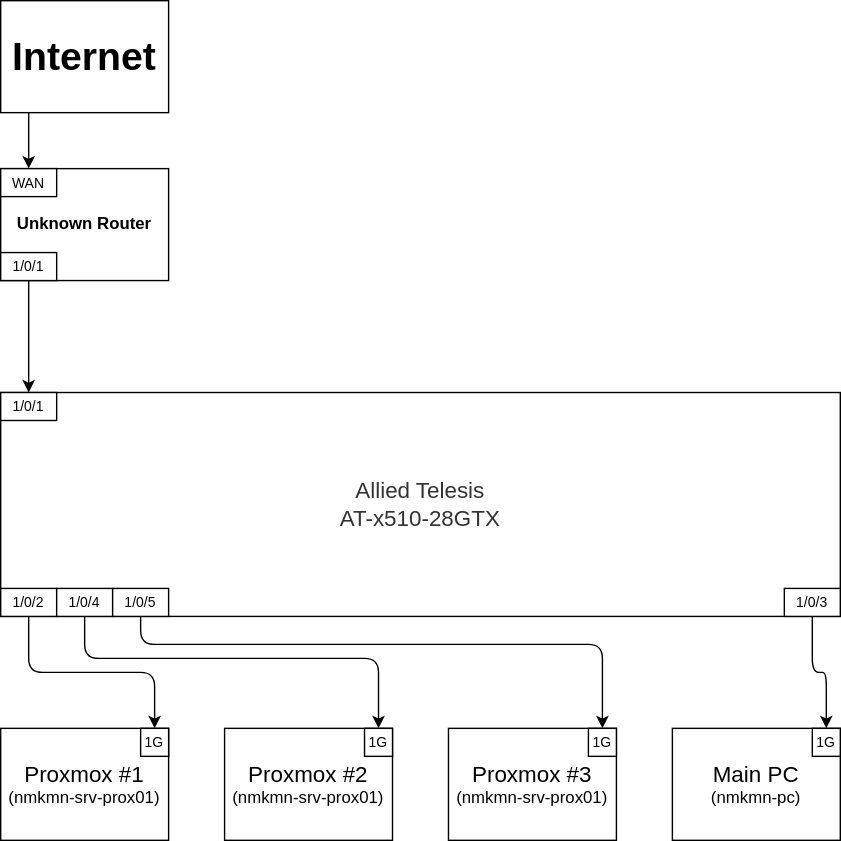
The draw.io diagram docs/diagrams/namakemono-home-infra.drawio.svg in AlcarisMinecraftServer/alcaris_infra, before a commit. Source tidied: cells renumbered, new cells last; positions are measured from the earlier drawing's top-left corner, leaving out a move shared by most shapes. Source of this version:
```xml
<mxGraphModel>
  <root>
    <mxCell id="0" />
    <mxCell id="1" parent="0" />
    <mxCell id="2" value="&lt;h1&gt;Internet&lt;/h1&gt;" style="rounded=0;whiteSpace=wrap;html=1;fontSize=14;" parent="1" vertex="1">
      <mxGeometry width="120" height="80" as="geometry" />
    </mxCell>
    <mxCell id="3" value="&lt;h4&gt;Unknown Router&lt;/h4&gt;" style="rounded=0;whiteSpace=wrap;html=1;" parent="1" vertex="1">
      <mxGeometry y="120" width="120" height="80" as="geometry" />
    </mxCell>
    <mxCell id="4" value="&lt;h4&gt;&lt;font style=&quot;font-size: 16px;&quot;&gt;&lt;span style=&quot;color: rgb(51, 51, 51); font-weight: 400; background-color: rgb(255, 255, 255);&quot;&gt;Allied Telesis&lt;/span&gt;&lt;br style=&quot;color: rgb(51, 51, 51); font-weight: 400; background-color: rgb(255, 255, 255);&quot;&gt;&lt;span style=&quot;color: rgb(51, 51, 51); font-weight: 400; background-color: rgb(255, 255, 255);&quot;&gt;AT-x510-28GTX&lt;/span&gt;&lt;/font&gt;&lt;br&gt;&lt;/h4&gt;" style="rounded=0;whiteSpace=wrap;html=1;" parent="1" vertex="1">
      <mxGeometry y="280" width="600" height="160" as="geometry" />
    </mxCell>
    <mxCell id="5" value="&lt;font style=&quot;font-size: 10px;&quot;&gt;WAN&lt;/font&gt;" style="rounded=0;whiteSpace=wrap;html=1;" parent="1" vertex="1">
      <mxGeometry y="120" width="40" height="20" as="geometry" />
    </mxCell>
    <mxCell id="6" style="edgeStyle=none;html=1;entryX=0.5;entryY=0;entryDx=0;entryDy=0;" parent="1" edge="1" target="5">
      <mxGeometry relative="1" as="geometry">
        <mxPoint x="20" y="80" as="sourcePoint" />
      </mxGeometry>
    </mxCell>
    <mxCell id="7" style="edgeStyle=none;html=1;exitX=0.5;exitY=1;exitDx=0;exitDy=0;entryX=0.5;entryY=0;entryDx=0;entryDy=0;" parent="1" edge="1" source="8" target="9">
      <mxGeometry relative="1" as="geometry" />
    </mxCell>
    <mxCell id="8" value="&lt;div&gt;&lt;span style=&quot;font-size: 10px; background-color: transparent;&quot;&gt;1/0/1&lt;/span&gt;&lt;br&gt;&lt;/div&gt;" style="rounded=0;whiteSpace=wrap;html=1;" parent="1" vertex="1">
      <mxGeometry y="180" width="40" height="20" as="geometry" />
    </mxCell>
    <mxCell id="9" value="&lt;div&gt;&lt;span style=&quot;font-size: 10px; background-color: transparent;&quot;&gt;1/0/1&lt;/span&gt;&lt;br&gt;&lt;/div&gt;" style="rounded=0;whiteSpace=wrap;html=1;" parent="1" vertex="1">
      <mxGeometry y="280" width="40" height="20" as="geometry" />
    </mxCell>
    <mxCell id="10" style="edgeStyle=none;html=1;exitX=0.5;exitY=1;exitDx=0;exitDy=0;entryX=0.5;entryY=0;entryDx=0;entryDy=0;" parent="1" edge="1" source="11" target="22">
      <mxGeometry relative="1" as="geometry">
        <Array as="points">
          <mxPoint x="20" y="480" />
          <mxPoint x="110" y="480" />
        </Array>
      </mxGeometry>
    </mxCell>
    <mxCell id="11" value="&lt;div&gt;&lt;span style=&quot;font-size: 10px; background-color: transparent;&quot;&gt;1/0/2&lt;/span&gt;&lt;br&gt;&lt;/div&gt;" style="rounded=0;whiteSpace=wrap;html=1;" parent="1" vertex="1">
      <mxGeometry y="420" width="40" height="20" as="geometry" />
    </mxCell>
    <mxCell id="12" style="edgeStyle=none;html=1;exitX=0.5;exitY=1;exitDx=0;exitDy=0;entryX=0.5;entryY=0;entryDx=0;entryDy=0;" parent="1" edge="1" source="13" target="23">
      <mxGeometry relative="1" as="geometry">
        <Array as="points">
          <mxPoint x="60" y="470" />
          <mxPoint x="100" y="470" />
          <mxPoint x="140" y="470" />
          <mxPoint x="270" y="470" />
          <mxPoint x="270" y="510" />
        </Array>
      </mxGeometry>
    </mxCell>
    <mxCell id="13" value="&lt;div&gt;&lt;span style=&quot;font-size: 10px; background-color: transparent;&quot;&gt;1/0/4&lt;/span&gt;&lt;br&gt;&lt;/div&gt;" style="rounded=0;whiteSpace=wrap;html=1;" parent="1" vertex="1">
      <mxGeometry x="40" y="420" width="40" height="20" as="geometry" />
    </mxCell>
    <mxCell id="14" style="edgeStyle=none;html=1;exitX=0.5;exitY=1;exitDx=0;exitDy=0;entryX=0.5;entryY=0;entryDx=0;entryDy=0;" parent="1" edge="1" source="15" target="24">
      <mxGeometry relative="1" as="geometry">
        <Array as="points">
          <mxPoint x="100" y="460" />
          <mxPoint x="430" y="460" />
        </Array>
      </mxGeometry>
    </mxCell>
    <mxCell id="15" value="&lt;div&gt;&lt;span style=&quot;font-size: 10px; background-color: transparent;&quot;&gt;1/0/5&lt;/span&gt;&lt;br&gt;&lt;/div&gt;" style="rounded=0;whiteSpace=wrap;html=1;" parent="1" vertex="1">
      <mxGeometry x="80" y="420" width="40" height="20" as="geometry" />
    </mxCell>
    <mxCell id="16" value="&lt;font style=&quot;font-size: 16px;&quot;&gt;Proxmox #1&lt;/font&gt;&lt;div&gt;&lt;font&gt;(nmkmn-srv-prox01)&lt;/font&gt;&lt;/div&gt;" style="rounded=0;whiteSpace=wrap;html=1;" parent="1" vertex="1">
      <mxGeometry y="520" width="120" height="80" as="geometry" />
    </mxCell>
    <mxCell id="17" value="&lt;font style=&quot;font-size: 16px;&quot;&gt;Proxmox #2&lt;/font&gt;&lt;div&gt;&lt;font&gt;(nmkmn-srv-prox01)&lt;/font&gt;&lt;/div&gt;" style="rounded=0;whiteSpace=wrap;html=1;" parent="1" vertex="1">
      <mxGeometry x="160" y="520" width="120" height="80" as="geometry" />
    </mxCell>
    <mxCell id="18" value="&lt;font style=&quot;font-size: 16px;&quot;&gt;Proxmox #3&lt;/font&gt;&lt;div&gt;&lt;font&gt;(nmkmn-srv-prox01)&lt;/font&gt;&lt;/div&gt;" style="rounded=0;whiteSpace=wrap;html=1;" parent="1" vertex="1">
      <mxGeometry x="320" y="520" width="120" height="80" as="geometry" />
    </mxCell>
    <mxCell id="19" style="edgeStyle=none;html=1;entryX=0.5;entryY=0;entryDx=0;entryDy=0;" parent="1" edge="1" source="20" target="25">
      <mxGeometry relative="1" as="geometry">
        <Array as="points">
          <mxPoint x="580" y="480" />
          <mxPoint x="590" y="480" />
        </Array>
      </mxGeometry>
    </mxCell>
    <mxCell id="20" value="&lt;div&gt;&lt;span style=&quot;font-size: 10px; background-color: transparent;&quot;&gt;1/0/3&lt;/span&gt;&lt;/div&gt;" style="rounded=0;whiteSpace=wrap;html=1;" parent="1" vertex="1">
      <mxGeometry x="560" y="420" width="40" height="20" as="geometry" />
    </mxCell>
    <mxCell id="21" value="&lt;font style=&quot;font-size: 16px;&quot;&gt;Main PC&lt;/font&gt;&lt;div&gt;&lt;font&gt;(nmkmn-pc)&lt;/font&gt;&lt;/div&gt;" style="rounded=0;whiteSpace=wrap;html=1;" parent="1" vertex="1">
      <mxGeometry x="480" y="520" width="120" height="80" as="geometry" />
    </mxCell>
    <mxCell id="22" value="&lt;div&gt;&lt;span style=&quot;font-size: 10px; background-color: transparent;&quot;&gt;1G&lt;/span&gt;&lt;br&gt;&lt;/div&gt;" style="rounded=0;whiteSpace=wrap;html=1;" parent="1" vertex="1">
      <mxGeometry x="100" y="520" width="20" height="20" as="geometry" />
    </mxCell>
    <mxCell id="23" value="&lt;div&gt;&lt;span style=&quot;font-size: 10px; background-color: transparent;&quot;&gt;1G&lt;/span&gt;&lt;br&gt;&lt;/div&gt;" style="rounded=0;whiteSpace=wrap;html=1;" parent="1" vertex="1">
      <mxGeometry x="260" y="520" width="20" height="20" as="geometry" />
    </mxCell>
    <mxCell id="24" value="&lt;div&gt;&lt;span style=&quot;font-size: 10px; background-color: transparent;&quot;&gt;1G&lt;/span&gt;&lt;br&gt;&lt;/div&gt;" style="rounded=0;whiteSpace=wrap;html=1;" parent="1" vertex="1">
      <mxGeometry x="420" y="520" width="20" height="20" as="geometry" />
    </mxCell>
    <mxCell id="25" value="&lt;div&gt;&lt;span style=&quot;font-size: 10px; background-color: transparent;&quot;&gt;1G&lt;/span&gt;&lt;br&gt;&lt;/div&gt;" style="rounded=0;whiteSpace=wrap;html=1;" parent="1" vertex="1">
      <mxGeometry x="580" y="520" width="20" height="20" as="geometry" />
    </mxCell>
  </root>
</mxGraphModel>
```
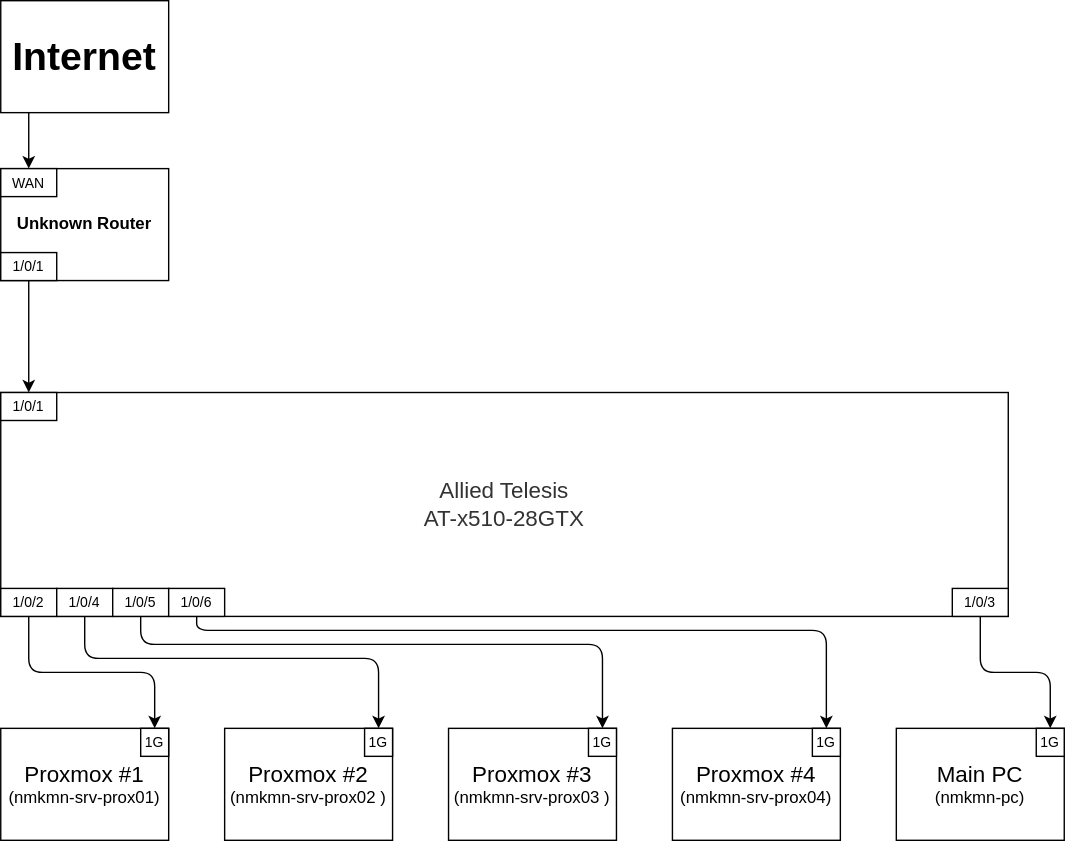
The same diagram one commit later.

Commit message:
feat: Proxmox 4号機を追加

Change to the diagram source:
```diff
@@ -9,7 +9,7 @@
       <mxGeometry y="120" width="120" height="80" as="geometry" />
     </mxCell>
     <mxCell id="4" value="&lt;h4&gt;&lt;font style=&quot;font-size: 16px;&quot;&gt;&lt;span style=&quot;color: rgb(51, 51, 51); font-weight: 400; background-color: rgb(255, 255, 255);&quot;&gt;Allied Telesis&lt;/span&gt;&lt;br style=&quot;color: rgb(51, 51, 51); font-weight: 400; background-color: rgb(255, 255, 255);&quot;&gt;&lt;span style=&quot;color: rgb(51, 51, 51); font-weight: 400; background-color: rgb(255, 255, 255);&quot;&gt;AT-x510-28GTX&lt;/span&gt;&lt;/font&gt;&lt;br&gt;&lt;/h4&gt;" style="rounded=0;whiteSpace=wrap;html=1;" parent="1" vertex="1">
-      <mxGeometry y="280" width="600" height="160" as="geometry" />
+      <mxGeometry y="280" width="720" height="160" as="geometry" />
     </mxCell>
     <mxCell id="5" value="&lt;font style=&quot;font-size: 10px;&quot;&gt;WAN&lt;/font&gt;" style="rounded=0;whiteSpace=wrap;html=1;" parent="1" vertex="1">
       <mxGeometry y="120" width="40" height="20" as="geometry" />
@@ -67,25 +67,25 @@
     <mxCell id="16" value="&lt;font style=&quot;font-size: 16px;&quot;&gt;Proxmox #1&lt;/font&gt;&lt;div&gt;&lt;font&gt;(nmkmn-srv-prox01)&lt;/font&gt;&lt;/div&gt;" style="rounded=0;whiteSpace=wrap;html=1;" parent="1" vertex="1">
       <mxGeometry y="520" width="120" height="80" as="geometry" />
     </mxCell>
-    <mxCell id="17" value="&lt;font style=&quot;font-size: 16px;&quot;&gt;Proxmox #2&lt;/font&gt;&lt;div&gt;&lt;font&gt;(nmkmn-srv-prox01)&lt;/font&gt;&lt;/div&gt;" style="rounded=0;whiteSpace=wrap;html=1;" parent="1" vertex="1">
+    <mxCell id="17" value="&lt;font style=&quot;font-size: 16px;&quot;&gt;Proxmox #2&lt;/font&gt;&lt;div&gt;&lt;font&gt;(nmkmn-srv-prox02&lt;/font&gt;&lt;span style=&quot;background-color: transparent;&quot;&gt;)&lt;/span&gt;&lt;/div&gt;" style="rounded=0;whiteSpace=wrap;html=1;" parent="1" vertex="1">
       <mxGeometry x="160" y="520" width="120" height="80" as="geometry" />
     </mxCell>
-    <mxCell id="18" value="&lt;font style=&quot;font-size: 16px;&quot;&gt;Proxmox #3&lt;/font&gt;&lt;div&gt;&lt;font&gt;(nmkmn-srv-prox01)&lt;/font&gt;&lt;/div&gt;" style="rounded=0;whiteSpace=wrap;html=1;" parent="1" vertex="1">
+    <mxCell id="18" value="&lt;font style=&quot;font-size: 16px;&quot;&gt;Proxmox #3&lt;/font&gt;&lt;div&gt;&lt;font&gt;(nmkmn-srv-prox03&lt;/font&gt;&lt;span style=&quot;background-color: transparent;&quot;&gt;)&lt;/span&gt;&lt;/div&gt;" style="rounded=0;whiteSpace=wrap;html=1;" parent="1" vertex="1">
       <mxGeometry x="320" y="520" width="120" height="80" as="geometry" />
     </mxCell>
     <mxCell id="19" style="edgeStyle=none;html=1;entryX=0.5;entryY=0;entryDx=0;entryDy=0;" parent="1" edge="1" source="20" target="25">
       <mxGeometry relative="1" as="geometry">
         <Array as="points">
-          <mxPoint x="580" y="480" />
-          <mxPoint x="590" y="480" />
+          <mxPoint x="700" y="480" />
+          <mxPoint x="750" y="480" />
         </Array>
       </mxGeometry>
     </mxCell>
     <mxCell id="20" value="&lt;div&gt;&lt;span style=&quot;font-size: 10px; background-color: transparent;&quot;&gt;1/0/3&lt;/span&gt;&lt;/div&gt;" style="rounded=0;whiteSpace=wrap;html=1;" parent="1" vertex="1">
-      <mxGeometry x="560" y="420" width="40" height="20" as="geometry" />
+      <mxGeometry x="680" y="420" width="40" height="20" as="geometry" />
     </mxCell>
     <mxCell id="21" value="&lt;font style=&quot;font-size: 16px;&quot;&gt;Main PC&lt;/font&gt;&lt;div&gt;&lt;font&gt;(nmkmn-pc)&lt;/font&gt;&lt;/div&gt;" style="rounded=0;whiteSpace=wrap;html=1;" parent="1" vertex="1">
-      <mxGeometry x="480" y="520" width="120" height="80" as="geometry" />
+      <mxGeometry x="640" y="520" width="120" height="80" as="geometry" />
     </mxCell>
     <mxCell id="22" value="&lt;div&gt;&lt;span style=&quot;font-size: 10px; background-color: transparent;&quot;&gt;1G&lt;/span&gt;&lt;br&gt;&lt;/div&gt;" style="rounded=0;whiteSpace=wrap;html=1;" parent="1" vertex="1">
       <mxGeometry x="100" y="520" width="20" height="20" as="geometry" />
@@ -97,7 +97,24 @@
       <mxGeometry x="420" y="520" width="20" height="20" as="geometry" />
     </mxCell>
     <mxCell id="25" value="&lt;div&gt;&lt;span style=&quot;font-size: 10px; background-color: transparent;&quot;&gt;1G&lt;/span&gt;&lt;br&gt;&lt;/div&gt;" style="rounded=0;whiteSpace=wrap;html=1;" parent="1" vertex="1">
-      <mxGeometry x="580" y="520" width="20" height="20" as="geometry" />
+      <mxGeometry x="740" y="520" width="20" height="20" as="geometry" />
     </mxCell>
+    <mxCell id="26" value="&lt;font style=&quot;font-size: 16px;&quot;&gt;Proxmox #4&lt;/font&gt;&lt;div&gt;&lt;font&gt;(nmkmn-srv-prox04)&lt;/font&gt;&lt;/div&gt;" style="rounded=0;whiteSpace=wrap;html=1;" parent="1" vertex="1">
+      <mxGeometry x="480" y="520" width="120" height="80" as="geometry" />
+    </mxCell>
+    <mxCell id="27" style="edgeStyle=none;html=1;entryX=0.5;entryY=0;entryDx=0;entryDy=0;" parent="1" edge="1" source="28" target="29">
+      <mxGeometry relative="1" as="geometry">
+        <Array as="points">
+          <mxPoint x="140" y="450" />
+          <mxPoint x="590" y="450" />
+        </Array>
+      </mxGeometry>
+    </mxCell>
+    <mxCell id="28" value="&lt;div&gt;&lt;span style=&quot;font-size: 10px; background-color: transparent;&quot;&gt;1/0/6&lt;/span&gt;&lt;/div&gt;" style="rounded=0;whiteSpace=wrap;html=1;" parent="1" vertex="1">
+      <mxGeometry x="120" y="420" width="40" height="20" as="geometry" />
+    </mxCell>
+    <mxCell id="29" value="&lt;div&gt;&lt;span style=&quot;font-size: 10px; background-color: transparent;&quot;&gt;1G&lt;/span&gt;&lt;br&gt;&lt;/div&gt;" style="rounded=0;whiteSpace=wrap;html=1;" parent="1" vertex="1">
+      <mxGeometry x="580" y="520" width="20" height="20" as="geometry" />
+    </mxCell>
   </root>
 </mxGraphModel>
```
